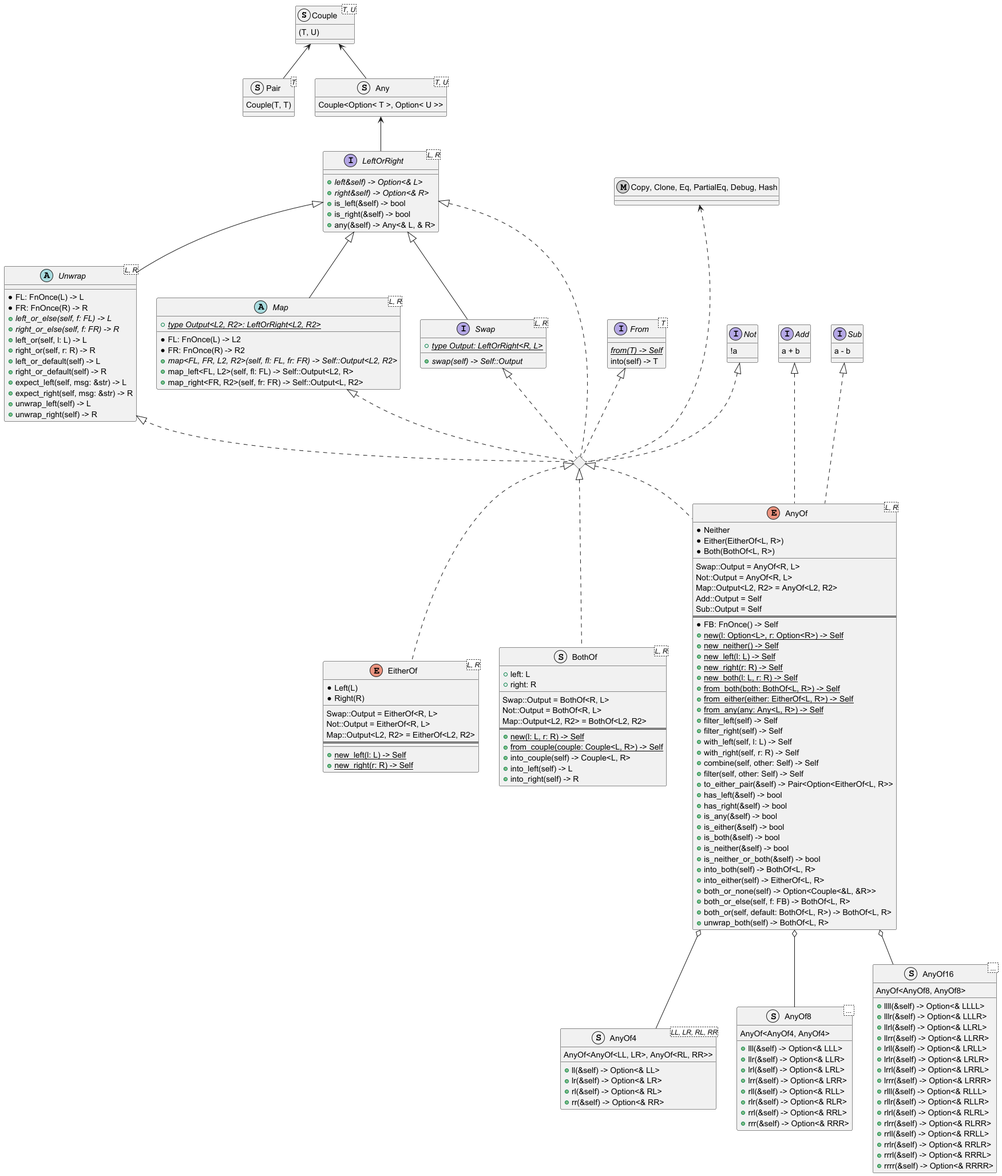
Trehinos/any_of keeps this PlantUML diagram as doc/any_of-type-diagram.png. Above is the earlier version.
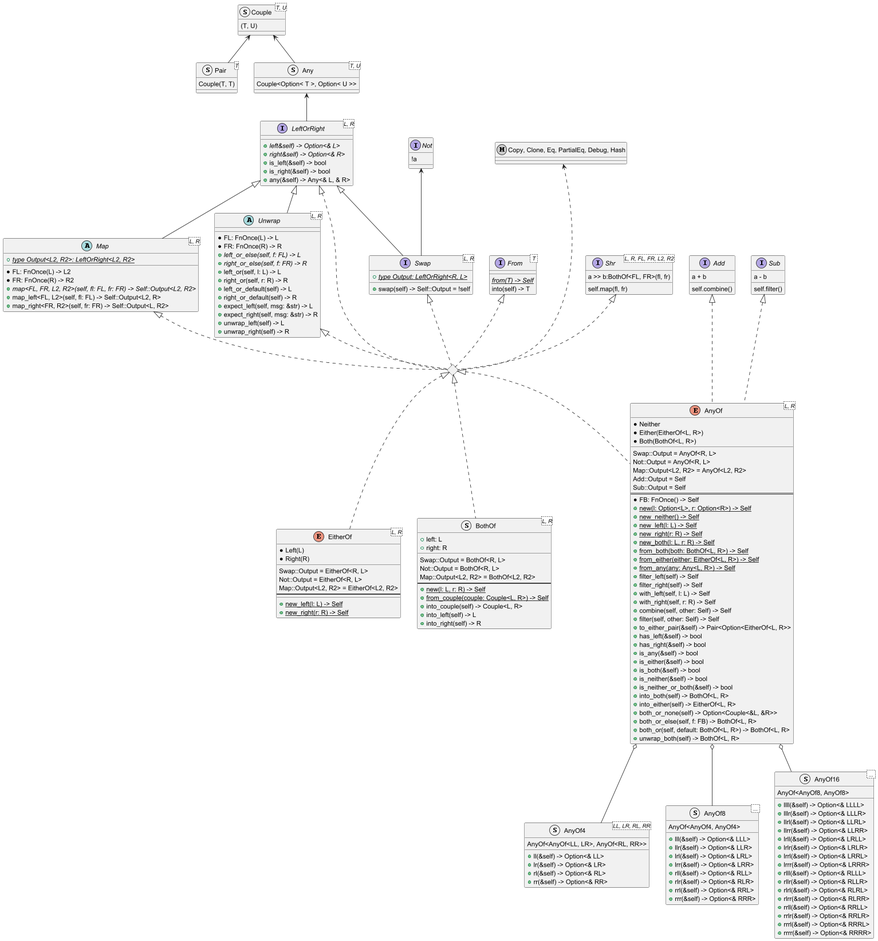
Later version of the same file.

Change to the diagram source:
```diff
@@ -23,6 +23,17 @@
     + any(&self) -> Any<& L, & R>
 }
 
+LeftOrRight <|-- Map
+abstract Map<L, R> {
+    + {abstract}{static} type Output<L2, R2>: LeftOrRight<L2, R2>
+    __
+    * FL: FnOnce(L) -> L2
+    * FR: FnOnce(R) -> R2
+    + {abstract} map<FL, FR, L2, R2>(self, fl: FL, fr: FR) -> Self::Output<L2, R2>
+    + map_left<FL, L2>(self, fl: FL) -> Self::Output<L2, R>
+    + map_right<FR, R2>(self, fr: FR) -> Self::Output<L, R2>
+}
+
 LeftOrRight <|-- Unwrap
 abstract Unwrap<L, R> {
     * FL: FnOnce(L) -> L
@@ -38,22 +49,16 @@
     + unwrap_left(self) -> L
     + unwrap_right(self) -> R
 }
-LeftOrRight <|-- Map
-abstract Map<L, R> {
-    + {abstract}{static} type Output<L2, R2>: LeftOrRight<L2, R2>
-    __
-    * FL: FnOnce(L) -> L2
-    * FR: FnOnce(R) -> R2
-    + {abstract} map<FL, FR, L2, R2>(self, fl: FL, fr: FR) -> Self::Output<L2, R2>
-    + map_left<FL, L2>(self, fl: FL) -> Self::Output<L2, R>
-    + map_right<FR, R2>(self, fr: FR) -> Self::Output<L, R2>
+
+interface Not {
+    !a
 }
-
+Not <-- Swap
 LeftOrRight <|-- Swap
 interface Swap<L, R> {
     + {abstract}{static} type Output: LeftOrRight<R, L>
     __
-    + {abstract} swap(self) -> Self::Output
+    + swap(self) -> Self::Output = !self
 }
 
 interface From< T > {
@@ -61,24 +66,30 @@
     into(self) -> T
 }
 metaclass "Copy, Clone, Eq, PartialEq, Debug, Hash"
-interface Not {
-    !a
-}
 interface Add {
     a + b
+    __
+    self.combine()
 }
 interface Sub {
     a - b
+    __
+    self.filter()
+}
+interface Shr<L, R, FL, FR, L2, R2> {
+    a >> b:BothOf<FL, FR>(fl, fr)
+    __
+    self.map(fl, fr)
 }
 
 diamond "LeftOrRight+Swap+Map+Unwrap+Not"
 
 
 "Copy, Clone, Eq, PartialEq, Debug, Hash" <... "LeftOrRight+Swap+Map+Unwrap+Not"
-Not <|.. "LeftOrRight+Swap+Map+Unwrap+Not"
 From <|.. "LeftOrRight+Swap+Map+Unwrap+Not"
 LeftOrRight <|.. "LeftOrRight+Swap+Map+Unwrap+Not"
 Swap <|.. "LeftOrRight+Swap+Map+Unwrap+Not"
+Shr <|.. "LeftOrRight+Swap+Map+Unwrap+Not"
 Map <|.. "LeftOrRight+Swap+Map+Unwrap+Not"
 Unwrap <|.. "LeftOrRight+Swap+Map+Unwrap+Not"
 
```
